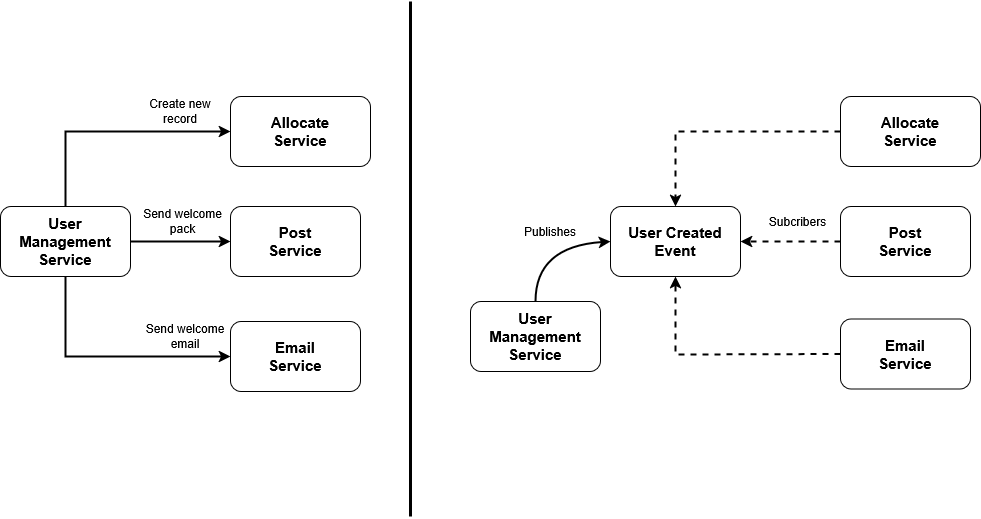
Earlier version of the draw.io export public/microservices-in-depth/click_cart_data_orchestration_vs_choreography.png (gmunumel/personal-blog). Source tidied: cells renumbered, new cells last; positions are measured from the earlier drawing's top-left corner, leaving out a move shared by most shapes. Source of this version:
```xml
<mxGraphModel>
  <root>
    <mxCell id="0" />
    <mxCell id="1" parent="0" />
    <mxCell id="2" style="endArrow=none;html=1;rounded=0;strokeWidth=3;" parent="1" edge="1">
      <mxGeometry relative="1" as="geometry">
        <mxPoint x="410" y="515" as="sourcePoint" />
        <mxPoint x="410" as="targetPoint" />
      </mxGeometry>
    </mxCell>
    <mxCell id="3" value="&lt;div&gt;User&lt;/div&gt;&lt;div&gt;Management&lt;br&gt;Service&lt;/div&gt;" style="rounded=1;whiteSpace=wrap;html=1;fontSize=15;fontStyle=1;" parent="1" vertex="1">
      <mxGeometry y="205" width="130" height="70" as="geometry" />
    </mxCell>
    <mxCell id="4" value="Allocate&lt;br&gt;Service" style="rounded=1;whiteSpace=wrap;html=1;fontSize=15;fontStyle=1;" parent="1" vertex="1">
      <mxGeometry x="230" y="95" width="140" height="70" as="geometry" />
    </mxCell>
    <mxCell id="5" value="Post&lt;br&gt;Service" style="rounded=1;whiteSpace=wrap;html=1;fontSize=15;fontStyle=1;" parent="1" vertex="1">
      <mxGeometry x="230" y="205" width="130" height="70" as="geometry" />
    </mxCell>
    <mxCell id="6" value="Email&lt;br&gt;Service" style="rounded=1;whiteSpace=wrap;html=1;fontSize=15;fontStyle=1;" parent="1" vertex="1">
      <mxGeometry x="230" y="320" width="130" height="70" as="geometry" />
    </mxCell>
    <mxCell id="7" style="endArrow=classic;html=1;rounded=0;entryX=0;entryY=0.5;entryDx=0;entryDy=0;exitX=0.5;exitY=0;exitDx=0;exitDy=0;strokeWidth=2;" parent="1" edge="1" source="3" target="4">
      <mxGeometry relative="1" as="geometry">
        <Array as="points">
          <mxPoint x="65" y="130" />
        </Array>
      </mxGeometry>
    </mxCell>
    <mxCell id="8" value="Create new record" style="text;html=1;align=center;verticalAlign=middle;whiteSpace=wrap;rounded=0;" parent="1" vertex="1">
      <mxGeometry x="130" y="95" width="100" height="30" as="geometry" />
    </mxCell>
    <mxCell id="9" style="endArrow=classic;html=1;rounded=0;entryX=0;entryY=0.5;entryDx=0;entryDy=0;exitX=1;exitY=0.5;exitDx=0;exitDy=0;strokeWidth=2;" parent="1" edge="1" source="3" target="5">
      <mxGeometry relative="1" as="geometry" />
    </mxCell>
    <mxCell id="10" style="endArrow=classic;html=1;rounded=0;entryX=0;entryY=0.5;entryDx=0;entryDy=0;exitX=0.5;exitY=1;exitDx=0;exitDy=0;strokeWidth=2;" parent="1" edge="1" source="3" target="6">
      <mxGeometry relative="1" as="geometry">
        <Array as="points">
          <mxPoint x="65" y="355" />
        </Array>
      </mxGeometry>
    </mxCell>
    <mxCell id="11" value="Send welcome email" style="text;html=1;align=center;verticalAlign=middle;whiteSpace=wrap;rounded=0;" parent="1" vertex="1">
      <mxGeometry x="140" y="320" width="90" height="30" as="geometry" />
    </mxCell>
    <mxCell id="12" value="Send welcome pack" style="text;html=1;align=center;verticalAlign=middle;whiteSpace=wrap;rounded=0;" parent="1" vertex="1">
      <mxGeometry x="140" y="205" width="85" height="30" as="geometry" />
    </mxCell>
    <mxCell id="13" value="&lt;div&gt;User&lt;/div&gt;&lt;div&gt;Management&lt;br&gt;Service&lt;/div&gt;" style="rounded=1;whiteSpace=wrap;html=1;fontSize=15;fontStyle=1;" parent="1" vertex="1">
      <mxGeometry x="470" y="300" width="130" height="70" as="geometry" />
    </mxCell>
    <mxCell id="14" value="Allocate&lt;br&gt;Service" style="rounded=1;whiteSpace=wrap;html=1;fontSize=15;fontStyle=1;" parent="1" vertex="1">
      <mxGeometry x="840" y="95" width="140" height="70" as="geometry" />
    </mxCell>
    <mxCell id="15" style="edgeStyle=orthogonalEdgeStyle;rounded=0;jettySize=auto;html=1;strokeWidth=2;dashed=1;" parent="1" edge="1" source="16" target="20">
      <mxGeometry relative="1" as="geometry" />
    </mxCell>
    <mxCell id="16" value="Post&lt;br&gt;Service" style="rounded=1;whiteSpace=wrap;html=1;fontSize=15;fontStyle=1;" parent="1" vertex="1">
      <mxGeometry x="840" y="205" width="130" height="70" as="geometry" />
    </mxCell>
    <mxCell id="17" value="Email&lt;br&gt;Service" style="rounded=1;whiteSpace=wrap;html=1;fontSize=15;fontStyle=1;" parent="1" vertex="1">
      <mxGeometry x="840" y="317.5" width="130" height="70" as="geometry" />
    </mxCell>
    <mxCell id="18" value="Subcribers" style="text;html=1;align=center;verticalAlign=middle;whiteSpace=wrap;rounded=0;" parent="1" vertex="1">
      <mxGeometry x="755" y="205" width="85" height="30" as="geometry" />
    </mxCell>
    <mxCell id="19" style="endArrow=classic;html=1;rounded=0;entryX=0.5;entryY=0;entryDx=0;entryDy=0;exitX=0;exitY=0.5;exitDx=0;exitDy=0;strokeWidth=2;dashed=1;" parent="1" edge="1" source="14" target="20">
      <mxGeometry relative="1" as="geometry">
        <Array as="points">
          <mxPoint x="675" y="130" />
        </Array>
      </mxGeometry>
    </mxCell>
    <mxCell id="20" value="User Created&lt;br&gt;Event" style="rounded=1;whiteSpace=wrap;html=1;fontSize=15;fontStyle=1;" parent="1" vertex="1">
      <mxGeometry x="610" y="205" width="130" height="70" as="geometry" />
    </mxCell>
    <mxCell id="21" style="endArrow=classic;html=1;rounded=0;entryX=0;entryY=0.5;entryDx=0;entryDy=0;exitX=0.5;exitY=0;exitDx=0;exitDy=0;curved=1;strokeWidth=2;" parent="1" edge="1" source="13" target="20">
      <mxGeometry relative="1" as="geometry">
        <Array as="points">
          <mxPoint x="535" y="245" />
        </Array>
      </mxGeometry>
    </mxCell>
    <mxCell id="22" value="Publishes" style="text;html=1;align=center;verticalAlign=middle;whiteSpace=wrap;rounded=0;" parent="1" vertex="1">
      <mxGeometry x="520" y="215" width="60" height="30" as="geometry" />
    </mxCell>
    <mxCell id="23" style="endArrow=classic;html=1;rounded=0;entryX=0.5;entryY=1;entryDx=0;entryDy=0;exitX=0;exitY=0.5;exitDx=0;exitDy=0;strokeWidth=2;dashed=1;" parent="1" edge="1" source="17" target="20">
      <mxGeometry relative="1" as="geometry">
        <Array as="points">
          <mxPoint x="675" y="353" />
        </Array>
      </mxGeometry>
    </mxCell>
  </root>
</mxGraphModel>
```
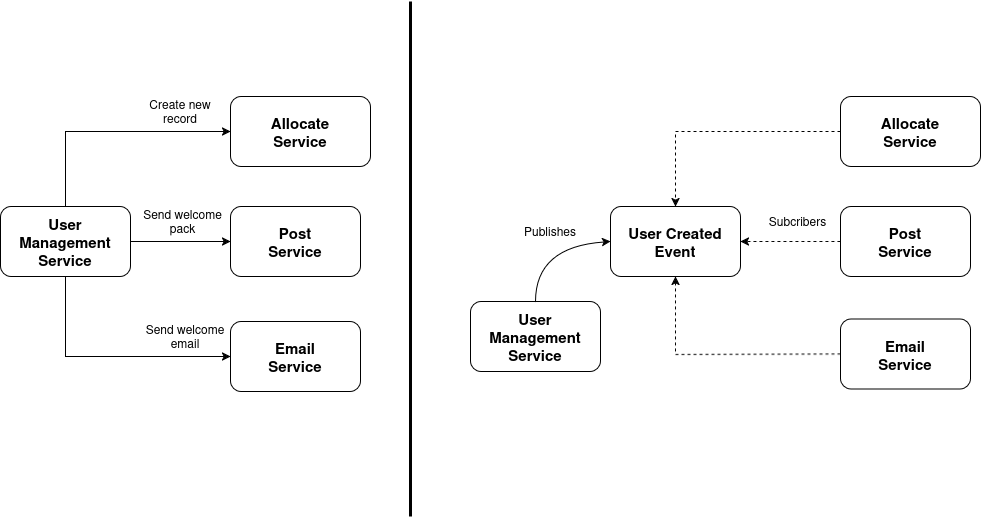
The same file after the commit.

Change to the diagram source:
```diff
@@ -20,7 +20,7 @@
     <mxCell id="6" value="Email&lt;br&gt;Service" style="rounded=1;whiteSpace=wrap;html=1;fontSize=15;fontStyle=1;" parent="1" vertex="1">
       <mxGeometry x="230" y="320" width="130" height="70" as="geometry" />
     </mxCell>
-    <mxCell id="7" style="endArrow=classic;html=1;rounded=0;entryX=0;entryY=0.5;entryDx=0;entryDy=0;exitX=0.5;exitY=0;exitDx=0;exitDy=0;strokeWidth=2;" parent="1" edge="1" source="3" target="4">
+    <mxCell id="7" style="endArrow=classic;html=1;rounded=0;entryX=0;entryY=0.5;entryDx=0;entryDy=0;exitX=0.5;exitY=0;exitDx=0;exitDy=0;strokeWidth=1;" parent="1" edge="1" source="3" target="4">
       <mxGeometry relative="1" as="geometry">
         <Array as="points">
           <mxPoint x="65" y="130" />
@@ -30,10 +30,10 @@
     <mxCell id="8" value="Create new record" style="text;html=1;align=center;verticalAlign=middle;whiteSpace=wrap;rounded=0;" parent="1" vertex="1">
       <mxGeometry x="130" y="95" width="100" height="30" as="geometry" />
     </mxCell>
-    <mxCell id="9" style="endArrow=classic;html=1;rounded=0;entryX=0;entryY=0.5;entryDx=0;entryDy=0;exitX=1;exitY=0.5;exitDx=0;exitDy=0;strokeWidth=2;" parent="1" edge="1" source="3" target="5">
+    <mxCell id="9" style="endArrow=classic;html=1;rounded=0;entryX=0;entryY=0.5;entryDx=0;entryDy=0;exitX=1;exitY=0.5;exitDx=0;exitDy=0;strokeWidth=1;" parent="1" edge="1" source="3" target="5">
       <mxGeometry relative="1" as="geometry" />
     </mxCell>
-    <mxCell id="10" style="endArrow=classic;html=1;rounded=0;entryX=0;entryY=0.5;entryDx=0;entryDy=0;exitX=0.5;exitY=1;exitDx=0;exitDy=0;strokeWidth=2;" parent="1" edge="1" source="3" target="6">
+    <mxCell id="10" style="endArrow=classic;html=1;rounded=0;entryX=0;entryY=0.5;entryDx=0;entryDy=0;exitX=0.5;exitY=1;exitDx=0;exitDy=0;strokeWidth=1;" parent="1" edge="1" source="3" target="6">
       <mxGeometry relative="1" as="geometry">
         <Array as="points">
           <mxPoint x="65" y="355" />
@@ -52,7 +52,7 @@
     <mxCell id="14" value="Allocate&lt;br&gt;Service" style="rounded=1;whiteSpace=wrap;html=1;fontSize=15;fontStyle=1;" parent="1" vertex="1">
       <mxGeometry x="840" y="95" width="140" height="70" as="geometry" />
     </mxCell>
-    <mxCell id="15" style="edgeStyle=orthogonalEdgeStyle;rounded=0;jettySize=auto;html=1;strokeWidth=2;dashed=1;" parent="1" edge="1" source="16" target="20">
+    <mxCell id="15" style="edgeStyle=orthogonalEdgeStyle;rounded=0;jettySize=auto;html=1;strokeWidth=1;dashed=1;" parent="1" edge="1" source="16" target="20">
       <mxGeometry relative="1" as="geometry" />
     </mxCell>
     <mxCell id="16" value="Post&lt;br&gt;Service" style="rounded=1;whiteSpace=wrap;html=1;fontSize=15;fontStyle=1;" parent="1" vertex="1">
@@ -64,7 +64,7 @@
     <mxCell id="18" value="Subcribers" style="text;html=1;align=center;verticalAlign=middle;whiteSpace=wrap;rounded=0;" parent="1" vertex="1">
       <mxGeometry x="755" y="205" width="85" height="30" as="geometry" />
     </mxCell>
-    <mxCell id="19" style="endArrow=classic;html=1;rounded=0;entryX=0.5;entryY=0;entryDx=0;entryDy=0;exitX=0;exitY=0.5;exitDx=0;exitDy=0;strokeWidth=2;dashed=1;" parent="1" edge="1" source="14" target="20">
+    <mxCell id="19" style="endArrow=classic;html=1;rounded=0;entryX=0.5;entryY=0;entryDx=0;entryDy=0;exitX=0;exitY=0.5;exitDx=0;exitDy=0;strokeWidth=1;dashed=1;" parent="1" edge="1" source="14" target="20">
       <mxGeometry relative="1" as="geometry">
         <Array as="points">
           <mxPoint x="675" y="130" />
@@ -74,7 +74,7 @@
     <mxCell id="20" value="User Created&lt;br&gt;Event" style="rounded=1;whiteSpace=wrap;html=1;fontSize=15;fontStyle=1;" parent="1" vertex="1">
       <mxGeometry x="610" y="205" width="130" height="70" as="geometry" />
     </mxCell>
-    <mxCell id="21" style="endArrow=classic;html=1;rounded=0;entryX=0;entryY=0.5;entryDx=0;entryDy=0;exitX=0.5;exitY=0;exitDx=0;exitDy=0;curved=1;strokeWidth=2;" parent="1" edge="1" source="13" target="20">
+    <mxCell id="21" style="endArrow=classic;html=1;rounded=0;entryX=0;entryY=0.5;entryDx=0;entryDy=0;exitX=0.5;exitY=0;exitDx=0;exitDy=0;curved=1;strokeWidth=1;" parent="1" edge="1" source="13" target="20">
       <mxGeometry relative="1" as="geometry">
         <Array as="points">
           <mxPoint x="535" y="245" />
@@ -84,7 +84,7 @@
     <mxCell id="22" value="Publishes" style="text;html=1;align=center;verticalAlign=middle;whiteSpace=wrap;rounded=0;" parent="1" vertex="1">
       <mxGeometry x="520" y="215" width="60" height="30" as="geometry" />
     </mxCell>
-    <mxCell id="23" style="endArrow=classic;html=1;rounded=0;entryX=0.5;entryY=1;entryDx=0;entryDy=0;exitX=0;exitY=0.5;exitDx=0;exitDy=0;strokeWidth=2;dashed=1;" parent="1" edge="1" source="17" target="20">
+    <mxCell id="23" style="endArrow=classic;html=1;rounded=0;entryX=0.5;entryY=1;entryDx=0;entryDy=0;exitX=0;exitY=0.5;exitDx=0;exitDy=0;strokeWidth=1;dashed=1;" parent="1" edge="1" source="17" target="20">
       <mxGeometry relative="1" as="geometry">
         <Array as="points">
           <mxPoint x="675" y="353" />
```
